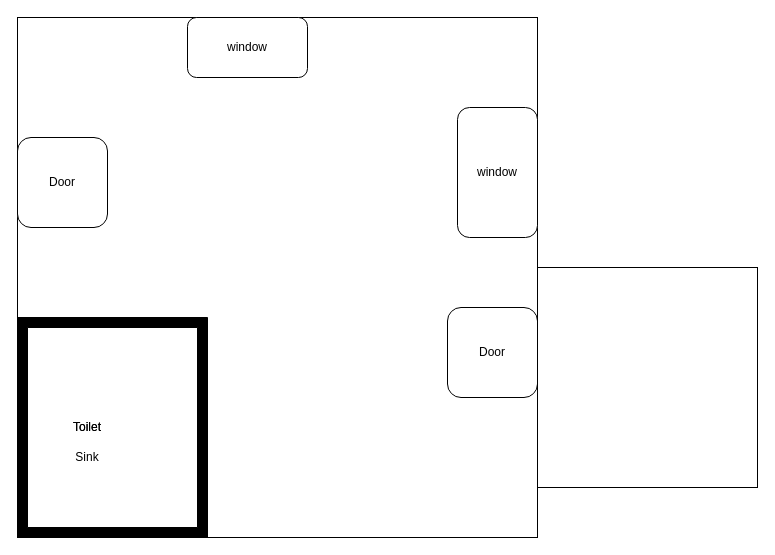
Before: Untitled Diagram.drawio in mattwatts36/drawings, a draw.io diagram. Source tidied: cells renumbered, new cells numbered last; positions are measured from the earlier drawing's top-left corner, leaving out a move shared by most shapes. Both pictures are drawn from the tidied source at 100%, with x=0, y=0 at pixel (17, 17).
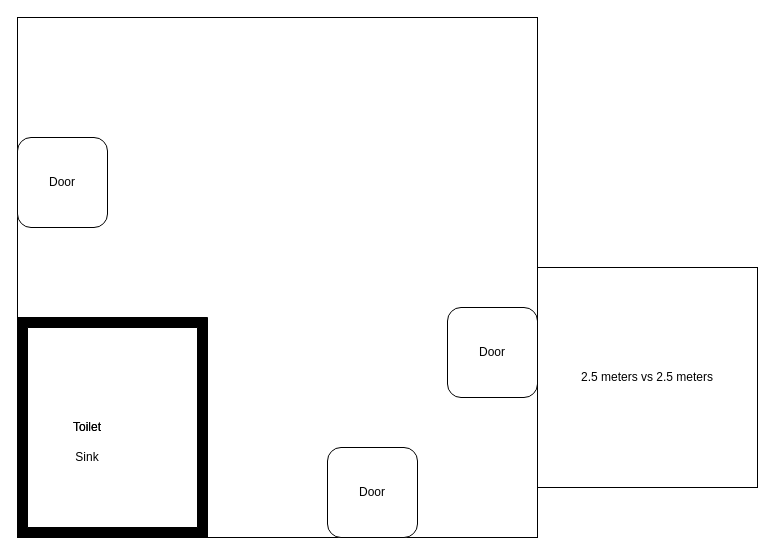
After the change.

Commit message:
added dimensions of extra room

Change to the diagram source:
```diff
@@
 <mxGraphModel>
   <root>
     <mxCell id="0" />
     <mxCell id="1" parent="0" />
     <mxCell id="2" style="whiteSpace=wrap;html=1;" parent="1" vertex="1">
       <mxGeometry width="520" height="520" as="geometry" />
     </mxCell>
     <mxCell id="3" style="verticalLabelPosition=bottom;html=1;verticalAlign=top;align=center;shape=mxgraph.floorplan.room;fillColor=#000000;" parent="1" vertex="1">
       <mxGeometry y="300" width="190" height="220" as="geometry" />
     </mxCell>
     <mxCell id="4" value="Toilet" style="text;html=1;strokeColor=none;fillColor=none;align=center;verticalAlign=middle;whiteSpace=wrap;rounded=0;" parent="1" vertex="1">
       <mxGeometry x="580" y="410" width="40" height="20" as="geometry" />
     </mxCell>
-    <mxCell id="5" value="window" style="rounded=1;whiteSpace=wrap;html=1;" parent="1" vertex="1">
-      <mxGeometry x="170" width="120" height="60" as="geometry" />
-    </mxCell>
-    <mxCell id="6" value="window" style="rounded=1;whiteSpace=wrap;html=1;" parent="1" vertex="1">
-      <mxGeometry x="440" y="90" width="80" height="130" as="geometry" />
-    </mxCell>
     <mxCell id="7" value="Door" style="rounded=1;whiteSpace=wrap;html=1;" parent="1" vertex="1">
       <mxGeometry y="120" width="90" height="90" as="geometry" />
     </mxCell>
     <mxCell id="8" value="Door" style="rounded=1;whiteSpace=wrap;html=1;" parent="1" vertex="1">
       <mxGeometry x="430" y="290" width="90" height="90" as="geometry" />
     </mxCell>
-    <mxCell id="9" style="whiteSpace=wrap;html=1;" parent="1" vertex="1">
+    <mxCell id="9" value="2.5 meters vs 2.5 meters" style="whiteSpace=wrap;html=1;" parent="1" vertex="1">
       <mxGeometry x="520" y="250" width="220" height="220" as="geometry" />
     </mxCell>
     <mxCell id="10" value="Toilet" style="text;html=1;strokeColor=none;fillColor=none;align=center;verticalAlign=middle;whiteSpace=wrap;rounded=0;" parent="1" vertex="1">
       <mxGeometry x="50" y="400" width="40" height="20" as="geometry" />
     </mxCell>
     <mxCell id="11" value="Toilet" style="text;html=1;strokeColor=none;fillColor=none;align=center;verticalAlign=middle;whiteSpace=wrap;rounded=0;" parent="1" vertex="1">
       <mxGeometry x="50" y="400" width="40" height="20" as="geometry" />
     </mxCell>
     <mxCell id="12" value="Sink" style="text;html=1;strokeColor=none;fillColor=none;align=center;verticalAlign=middle;whiteSpace=wrap;rounded=0;" parent="1" vertex="1">
       <mxGeometry x="50" y="430" width="40" height="20" as="geometry" />
     </mxCell>
+    <mxCell id="13" value="Door" style="rounded=1;whiteSpace=wrap;html=1;" parent="1" vertex="1">
+      <mxGeometry x="310" y="430" width="90" height="90" as="geometry" />
+    </mxCell>
   </root>
 </mxGraphModel>
```
